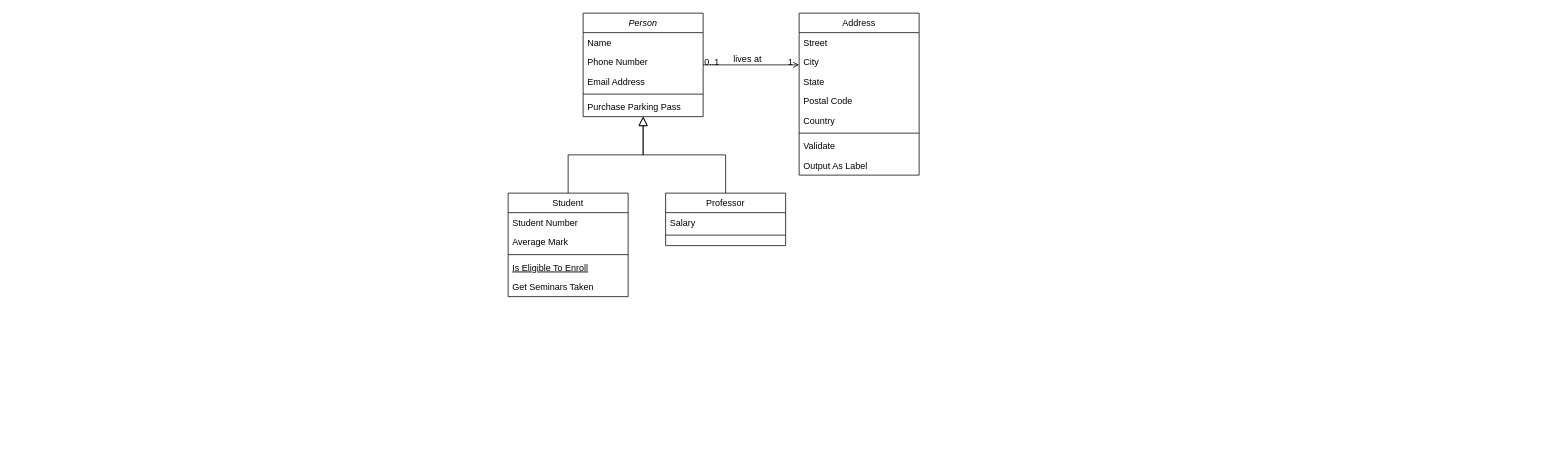
Earlier version of the draw.io diagram Untitled Diagram.drawio (salim-1997/Drum-kit). Source tidied: cells renumbered, new cells numbered last; positions are measured from the earlier drawing's top-left corner, leaving out a move shared by most shapes. Both pictures are drawn from the tidied source at 75%, with x=0, y=0 at pixel (508, 13).
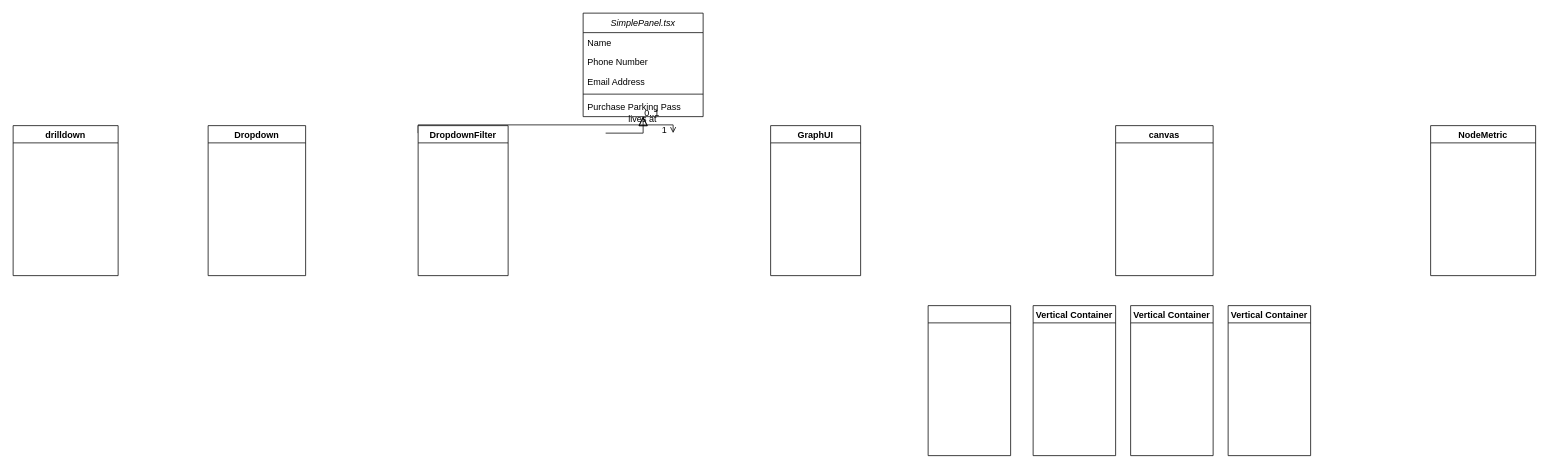
The same diagram, later.

What changed in the source:
```diff
@@
-    <mxCell id="2" value="Person" style="swimlane;fontStyle=2;align=center;verticalAlign=top;horizontal=1;startSize=26;rounded=0;shadow=0;strokeWidth=1;" parent="1" vertex="1">
+    <mxCell id="2" value="SimplePanel.tsx" style="swimlane;fontStyle=2;align=center;verticalAlign=top;horizontal=1;startSize=26;rounded=0;shadow=0;strokeWidth=1;" parent="1" vertex="1">
       <mxGeometry x="100" width="160" height="138" as="geometry" />
     </mxCell>
@@
-    <mxCell id="8" value="Student" style="swimlane;fontStyle=0;align=center;verticalAlign=top;horizontal=1;startSize=26;rounded=0;shadow=0;strokeWidth=1;" parent="1" vertex="1">
-      <mxGeometry y="240" width="160" height="138" as="geometry" />
-    </mxCell>
-    <mxCell id="9" value="Student Number" style="text;align=left;verticalAlign=top;spacingLeft=4;spacingRight=4;overflow=hidden;" parent="8" vertex="1">
-      <mxGeometry y="26" width="160" height="26" as="geometry" />
-    </mxCell>
-    <mxCell id="10" value="Average Mark" style="text;align=left;verticalAlign=top;spacingLeft=4;spacingRight=4;overflow=hidden;rounded=0;shadow=0;html=0;" parent="8" vertex="1">
-      <mxGeometry y="52" width="160" height="26" as="geometry" />
-    </mxCell>
-    <mxCell id="11" style="line;html=1;strokeWidth=1;align=left;verticalAlign=middle;spacingTop=-1;spacingLeft=3;spacingRight=3;labelPosition=right;" parent="8" vertex="1">
-      <mxGeometry y="78" width="160" height="8" as="geometry" />
-    </mxCell>
-    <mxCell id="12" value="Is Eligible To Enroll" style="text;align=left;verticalAlign=top;spacingLeft=4;spacingRight=4;overflow=hidden;fontStyle=4;" parent="8" vertex="1">
-      <mxGeometry y="86" width="160" height="26" as="geometry" />
-    </mxCell>
-    <mxCell id="13" value="Get Seminars Taken" style="text;align=left;verticalAlign=top;spacingLeft=4;spacingRight=4;overflow=hidden;" parent="8" vertex="1">
-      <mxGeometry y="112" width="160" height="26" as="geometry" />
-    </mxCell>
-    <mxCell id="14" style="endArrow=block;endSize=10;endFill=0;shadow=0;strokeWidth=1;rounded=0;edgeStyle=elbowEdgeStyle;elbow=vertical;" parent="1" edge="1" source="8" target="2">
-      <mxGeometry relative="1" as="geometry" />
+    <mxCell id="14" style="endArrow=block;endSize=10;endFill=0;shadow=0;strokeWidth=1;rounded=0;edgeStyle=elbowEdgeStyle;elbow=vertical;" parent="1" edge="1" target="2">
+      <mxGeometry relative="1" as="geometry">
+        <mxPoint x="-120" y="160" as="sourcePoint" />
+      </mxGeometry>
     </mxCell>
-    <mxCell id="15" value="Professor" style="swimlane;fontStyle=0;align=center;verticalAlign=top;horizontal=1;startSize=26;rounded=0;shadow=0;strokeWidth=1;" parent="1" vertex="1">
-      <mxGeometry x="210" y="240" width="160" height="70" as="geometry" />
-    </mxCell>
-    <mxCell id="16" value="Salary" style="text;align=left;verticalAlign=top;spacingLeft=4;spacingRight=4;overflow=hidden;" parent="15" vertex="1">
-      <mxGeometry y="26" width="160" height="26" as="geometry" />
-    </mxCell>
-    <mxCell id="17" style="line;html=1;strokeWidth=1;align=left;verticalAlign=middle;spacingTop=-1;spacingLeft=3;spacingRight=3;labelPosition=right;" parent="15" vertex="1">
-      <mxGeometry y="52" width="160" height="8" as="geometry" />
-    </mxCell>
-    <mxCell id="18" style="endArrow=block;endSize=10;endFill=0;shadow=0;strokeWidth=1;rounded=0;edgeStyle=elbowEdgeStyle;elbow=vertical;" parent="1" edge="1" source="15" target="2">
-      <mxGeometry relative="1" as="geometry" />
+    <mxCell id="18" style="endArrow=block;endSize=10;endFill=0;shadow=0;strokeWidth=1;rounded=0;edgeStyle=elbowEdgeStyle;elbow=vertical;" parent="1" edge="1" target="2">
+      <mxGeometry relative="1" as="geometry">
+        <mxPoint x="130" y="160" as="sourcePoint" />
+        <Array as="points">
+          <mxPoint x="180" y="160" />
+        </Array>
+      </mxGeometry>
     </mxCell>
-    <mxCell id="19" value="Address" style="swimlane;fontStyle=0;align=center;verticalAlign=top;horizontal=1;startSize=26;rounded=0;shadow=0;strokeWidth=1;" parent="1" vertex="1">
-      <mxGeometry x="388" width="160" height="216" as="geometry" />
-    </mxCell>
-    <mxCell id="20" value="Street" style="text;align=left;verticalAlign=top;spacingLeft=4;spacingRight=4;overflow=hidden;" parent="19" vertex="1">
-      <mxGeometry y="26" width="160" height="26" as="geometry" />
-    </mxCell>
-    <mxCell id="21" value="City" style="text;align=left;verticalAlign=top;spacingLeft=4;spacingRight=4;overflow=hidden;rounded=0;shadow=0;html=0;" parent="19" vertex="1">
-      <mxGeometry y="52" width="160" height="26" as="geometry" />
-    </mxCell>
-    <mxCell id="22" value="State" style="text;align=left;verticalAlign=top;spacingLeft=4;spacingRight=4;overflow=hidden;rounded=0;shadow=0;html=0;" parent="19" vertex="1">
-      <mxGeometry y="78" width="160" height="26" as="geometry" />
-    </mxCell>
-    <mxCell id="23" value="Postal Code" style="text;align=left;verticalAlign=top;spacingLeft=4;spacingRight=4;overflow=hidden;rounded=0;shadow=0;html=0;" parent="19" vertex="1">
-      <mxGeometry y="104" width="160" height="26" as="geometry" />
-    </mxCell>
-    <mxCell id="24" value="Country" style="text;align=left;verticalAlign=top;spacingLeft=4;spacingRight=4;overflow=hidden;rounded=0;shadow=0;html=0;" parent="19" vertex="1">
-      <mxGeometry y="130" width="160" height="26" as="geometry" />
-    </mxCell>
-    <mxCell id="25" style="line;html=1;strokeWidth=1;align=left;verticalAlign=middle;spacingTop=-1;spacingLeft=3;spacingRight=3;labelPosition=right;" parent="19" vertex="1">
-      <mxGeometry y="156" width="160" height="8" as="geometry" />
-    </mxCell>
-    <mxCell id="26" value="Validate" style="text;align=left;verticalAlign=top;spacingLeft=4;spacingRight=4;overflow=hidden;" parent="19" vertex="1">
-      <mxGeometry y="164" width="160" height="26" as="geometry" />
-    </mxCell>
-    <mxCell id="27" value="Output As Label" style="text;align=left;verticalAlign=top;spacingLeft=4;spacingRight=4;overflow=hidden;" parent="19" vertex="1">
-      <mxGeometry y="190" width="160" height="26" as="geometry" />
-    </mxCell>
-    <mxCell id="28" style="endArrow=open;shadow=0;strokeWidth=1;rounded=0;endFill=1;edgeStyle=elbowEdgeStyle;elbow=vertical;" parent="1" edge="1" source="2" target="19">
+    <mxCell id="28" style="endArrow=open;shadow=0;strokeWidth=1;rounded=0;endFill=1;edgeStyle=elbowEdgeStyle;elbow=vertical;" parent="1" edge="1" source="2">
       <mxGeometry x="0.5" y="41" relative="1" as="geometry">
+        <mxPoint x="220" y="160" as="targetPoint" />
         <mxPoint x="-40" y="32" as="offset" />
       </mxGeometry>
     </mxCell>
@@
+    <mxCell id="32" value="drilldown" style="swimlane;startSize=23;" parent="1" vertex="1">
+      <mxGeometry x="-660" y="150" width="140" height="200" as="geometry" />
+    </mxCell>
+    <mxCell id="33" value="Dropdown" style="swimlane;" parent="1" vertex="1">
+      <mxGeometry x="-400" y="150" width="130" height="200" as="geometry" />
+    </mxCell>
+    <mxCell id="34" value="DropdownFilter" style="swimlane;" parent="1" vertex="1">
+      <mxGeometry x="-120" y="150" width="120" height="200" as="geometry" />
+    </mxCell>
+    <mxCell id="35" value="GraphUI" style="swimlane;" parent="1" vertex="1">
+      <mxGeometry x="350" y="150" width="120" height="200" as="geometry" />
+    </mxCell>
+    <mxCell id="36" value="canvas" style="swimlane;startSize=23;" parent="1" vertex="1">
+      <mxGeometry x="810" y="150" width="130" height="200" as="geometry" />
+    </mxCell>
+    <mxCell id="37" value="NodeMetric" style="swimlane;" parent="1" vertex="1">
+      <mxGeometry x="1230" y="150" width="140" height="200" as="geometry" />
+    </mxCell>
+    <mxCell id="38" style="swimlane;" parent="1" vertex="1">
+      <mxGeometry x="560" y="390" width="110" height="200" as="geometry" />
+    </mxCell>
+    <mxCell id="39" value="Vertical Container" style="swimlane;" parent="1" vertex="1">
+      <mxGeometry x="700" y="390" width="110" height="200" as="geometry" />
+    </mxCell>
+    <mxCell id="40" value="Vertical Container" style="swimlane;" parent="1" vertex="1">
+      <mxGeometry x="830" y="390" width="110" height="200" as="geometry" />
+    </mxCell>
+    <mxCell id="41" value="Vertical Container" style="swimlane;" parent="1" vertex="1">
+      <mxGeometry x="960" y="390" width="110" height="200" as="geometry" />
+    </mxCell>
```
